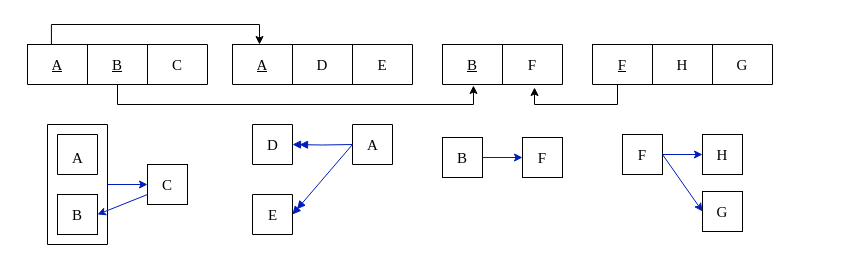
Above: 3NF.drawio in skipnicky/Carleton-Computer-Science (draw.io), before the change. Source tidied: cells renumbered, new cells numbered last; positions are measured from the earlier drawing's top-left corner, leaving out a move shared by most shapes. Both pictures are drawn from the tidied source at 100%, with x=0, y=0 at pixel (27, 44).
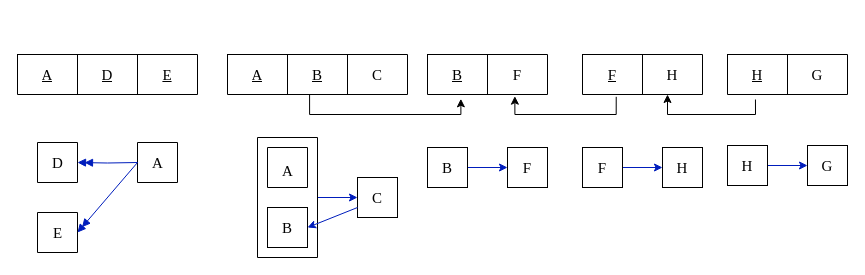
After the change.

The change refers to these unchanged cells:
```xml
<mxCell id="3" style="shape=tableRow;horizontal=0;startSize=0;swimlaneHead=0;swimlaneBody=0;strokeColor=inherit;top=0;left=0;bottom=0;right=0;fillColor=none;points=[[0,0.5],[1,0.5]];portConstraint=eastwest;fontFamily=Times New Roman;fontSize=15;" parent="2" vertex="1">
  <mxGeometry width="180" height="40" as="geometry" />
</mxCell>
<mxCell id="8" style="shape=tableRow;horizontal=0;startSize=0;swimlaneHead=0;swimlaneBody=0;strokeColor=inherit;top=0;left=0;bottom=0;right=0;fillColor=none;points=[[0,0.5],[1,0.5]];portConstraint=eastwest;fontFamily=Times New Roman;fontSize=15;" parent="7" vertex="1">
  <mxGeometry width="180" height="40" as="geometry" />
</mxCell>
<mxCell id="13" style="shape=tableRow;horizontal=0;startSize=0;swimlaneHead=0;swimlaneBody=0;strokeColor=inherit;top=0;left=0;bottom=0;right=0;fillColor=none;points=[[0,0.5],[1,0.5]];portConstraint=eastwest;fontFamily=Times New Roman;fontSize=15;" parent="12" vertex="1">
  <mxGeometry width="120" height="40" as="geometry" />
</mxCell>
```

Diff of the diagram source:
```diff
@@
     <mxCell id="2" style="shape=table;startSize=0;childLayout=tableLayout;fontFamily=Times New Roman;fontSize=15;" parent="1" vertex="1">
-      <mxGeometry width="180" height="40" as="geometry" />
+      <mxGeometry x="200" y="10" width="180" height="40" as="geometry" />
     </mxCell>
@@
     <mxCell id="7" style="shape=table;startSize=0;childLayout=tableLayout;fontFamily=Times New Roman;fontSize=15;" parent="1" vertex="1">
-      <mxGeometry x="205" width="180" height="40" as="geometry" />
+      <mxGeometry x="-10" y="10" width="180" height="40" as="geometry" />
     </mxCell>
@@
-    <mxCell id="10" value="D" style="shape=partialRectangle;html=1;whiteSpace=wrap;strokeColor=inherit;overflow=hidden;fillColor=none;top=0;left=0;bottom=0;right=0;fontFamily=Times New Roman;fontSize=15;" parent="8" vertex="1">
+    <mxCell id="10" value="&lt;u&gt;D&lt;/u&gt;" style="shape=partialRectangle;html=1;whiteSpace=wrap;strokeColor=inherit;overflow=hidden;fillColor=none;top=0;left=0;bottom=0;right=0;fontFamily=Times New Roman;fontSize=15;" parent="8" vertex="1">
       <mxGeometry x="60" width="60" height="40" as="geometry" />
     </mxCell>
-    <mxCell id="11" value="E" style="shape=partialRectangle;html=1;whiteSpace=wrap;strokeColor=inherit;overflow=hidden;fillColor=none;top=0;left=0;bottom=0;right=0;fontFamily=Times New Roman;fontSize=15;" parent="8" vertex="1">
+    <mxCell id="11" value="&lt;u&gt;E&lt;/u&gt;" style="shape=partialRectangle;html=1;whiteSpace=wrap;strokeColor=inherit;overflow=hidden;fillColor=none;top=0;left=0;bottom=0;right=0;fontFamily=Times New Roman;fontSize=15;" parent="8" vertex="1">
       <mxGeometry x="120" width="60" height="40" as="geometry" />
     </mxCell>
     <mxCell id="12" style="shape=table;startSize=0;childLayout=tableLayout;fontFamily=Times New Roman;fontSize=15;" parent="1" vertex="1">
-      <mxGeometry x="415" width="120" height="40" as="geometry" />
+      <mxGeometry x="400" y="10" width="120" height="40" as="geometry" />
     </mxCell>
@@
-    <mxCell id="16" style="shape=table;startSize=0;childLayout=tableLayout;fontFamily=Times New Roman;fontSize=15;" parent="1" vertex="1">
-      <mxGeometry x="565" width="180" height="40" as="geometry" />
-    </mxCell>
-    <mxCell id="17" style="shape=tableRow;horizontal=0;startSize=0;swimlaneHead=0;swimlaneBody=0;strokeColor=inherit;top=0;left=0;bottom=0;right=0;fillColor=none;fontFamily=Times New Roman;fontSize=15;" parent="16" vertex="1">
-      <mxGeometry width="180" height="40" as="geometry" />
-    </mxCell>
-    <mxCell id="18" value="&lt;u&gt;F&lt;/u&gt;" style="shape=partialRectangle;html=1;whiteSpace=wrap;strokeColor=inherit;overflow=hidden;fillColor=none;top=0;left=0;bottom=0;right=0;fontFamily=Times New Roman;fontSize=15;" parent="17" vertex="1">
-      <mxGeometry width="60" height="40" as="geometry" />
-    </mxCell>
-    <mxCell id="19" value="H" style="shape=partialRectangle;html=1;whiteSpace=wrap;strokeColor=inherit;overflow=hidden;fillColor=none;top=0;left=0;bottom=0;right=0;fontFamily=Times New Roman;fontSize=15;" parent="17" vertex="1">
-      <mxGeometry x="60" width="60" height="40" as="geometry" />
-    </mxCell>
-    <mxCell id="20" value="G" style="shape=partialRectangle;html=1;whiteSpace=wrap;strokeColor=inherit;overflow=hidden;fillColor=none;top=0;left=0;bottom=0;right=0;fontFamily=Times New Roman;fontSize=15;" parent="17" vertex="1">
-      <mxGeometry x="120" width="60" height="40" as="geometry" />
-    </mxCell>
-    <mxCell id="21" style="edgeStyle=orthogonalEdgeStyle;rounded=0;jettySize=auto;html=1;entryX=0.767;entryY=1.075;entryDx=0;entryDy=0;entryPerimeter=0;" parent="1" edge="1" target="13">
-      <mxGeometry relative="1" as="geometry">
-        <mxPoint x="600" y="40" as="sourcePoint" />
-        <Array as="points">
-          <mxPoint x="590" y="60" />
-          <mxPoint x="507" y="60" />
-        </Array>
-      </mxGeometry>
-    </mxCell>
     <mxCell id="22" style="swimlane;startSize=0;fontFamily=Times New Roman;" parent="1" vertex="1">
-      <mxGeometry x="30" y="90" width="40" height="40" as="geometry" />
+      <mxGeometry x="240" y="103" width="40" height="40" as="geometry" />
     </mxCell>
     <mxCell id="23" value="&lt;font style=&quot;font-size: 15px;&quot;&gt;A&lt;/font&gt;" style="text;html=1;align=center;verticalAlign=middle;strokeColor=none;fillColor=none;fontFamily=Times New Roman;" parent="1" vertex="1">
-      <mxGeometry x="35" y="98" width="30" height="30" as="geometry" />
+      <mxGeometry x="245" y="111" width="30" height="30" as="geometry" />
     </mxCell>
     <mxCell id="24" value="&lt;font style=&quot;font-size: 15px;&quot;&gt;B&lt;/font&gt;" style="whiteSpace=wrap;html=1;fontFamily=Times New Roman;" parent="1" vertex="1">
-      <mxGeometry x="30" y="150" width="40" height="40" as="geometry" />
+      <mxGeometry x="240" y="163" width="40" height="40" as="geometry" />
     </mxCell>
@@
     <mxCell id="26" style="swimlane;startSize=0;fontFamily=Times New Roman;" parent="1" vertex="1">
-      <mxGeometry x="20" y="80" width="60" height="120" as="geometry" />
+      <mxGeometry x="230" y="93" width="60" height="120" as="geometry" />
     </mxCell>
     <mxCell id="27" value="&lt;font style=&quot;font-size: 15px;&quot;&gt;C&lt;/font&gt;" style="whiteSpace=wrap;html=1;fontFamily=Times New Roman;" parent="1" vertex="1">
-      <mxGeometry x="120" y="120" width="40" height="40" as="geometry" />
+      <mxGeometry x="330" y="133" width="40" height="40" as="geometry" />
     </mxCell>
@@
     <mxCell id="29" style="swimlane;startSize=0;fontFamily=Times New Roman;" parent="1" vertex="1">
-      <mxGeometry x="325" y="80" width="40" height="40" as="geometry" />
+      <mxGeometry x="110" y="98" width="40" height="40" as="geometry" />
     </mxCell>
@@
     <mxCell id="31" style="swimlane;startSize=0;fontFamily=Times New Roman;" parent="1" vertex="1">
-      <mxGeometry x="225" y="80" width="40" height="40" as="geometry" />
+      <mxGeometry x="10" y="98" width="40" height="40" as="geometry" />
     </mxCell>
@@
     <mxCell id="33" style="swimlane;startSize=0;fontFamily=Times New Roman;" parent="1" vertex="1">
-      <mxGeometry x="225" y="150" width="40" height="40" as="geometry" />
+      <mxGeometry x="10" y="168" width="40" height="40" as="geometry" />
     </mxCell>
@@
     <mxCell id="35" style="edgeStyle=orthogonalEdgeStyle;rounded=0;jettySize=auto;html=1;entryX=1;entryY=0.5;entryDx=0;entryDy=0;endArrow=doubleBlock;endFill=1;fillColor=#0050ef;strokeColor=#001DBC;fontFamily=Times New Roman;" parent="1" edge="1" target="31">
       <mxGeometry relative="1" as="geometry">
-        <mxPoint x="325" y="100" as="sourcePoint" />
+        <mxPoint x="110" y="118" as="sourcePoint" />
       </mxGeometry>
     </mxCell>
     <mxCell id="36" style="endArrow=doubleBlock;html=1;rounded=0;entryX=1;entryY=0.5;entryDx=0;entryDy=0;endFill=1;fillColor=#0050ef;strokeColor=#001DBC;fontFamily=Times New Roman;" parent="1" edge="1" target="33">
       <mxGeometry relative="1" as="geometry">
-        <mxPoint x="325" y="100" as="sourcePoint" />
+        <mxPoint x="110" y="118" as="sourcePoint" />
       </mxGeometry>
     </mxCell>
     <mxCell id="37" value="&lt;font style=&quot;font-size: 15px;&quot;&gt;F&lt;/font&gt;" style="whiteSpace=wrap;html=1;fontFamily=Times New Roman;" parent="1" vertex="1">
-      <mxGeometry x="495" y="93" width="40" height="40" as="geometry" />
+      <mxGeometry x="480" y="103" width="40" height="40" as="geometry" />
     </mxCell>
@@
     <mxCell id="39" value="&lt;font style=&quot;font-size: 15px;&quot;&gt;B&lt;/font&gt;" style="whiteSpace=wrap;html=1;fontFamily=Times New Roman;" parent="1" vertex="1">
-      <mxGeometry x="415" y="93" width="40" height="40" as="geometry" />
+      <mxGeometry x="400" y="103" width="40" height="40" as="geometry" />
     </mxCell>
-    <mxCell id="40" value="&lt;font style=&quot;font-size: 15px;&quot;&gt;H&lt;/font&gt;" style="whiteSpace=wrap;html=1;fontFamily=Times New Roman;" parent="1" vertex="1">
-      <mxGeometry x="675" y="90" width="40" height="40" as="geometry" />
-    </mxCell>
-    <mxCell id="41" style="edgeStyle=orthogonalEdgeStyle;rounded=0;jettySize=auto;html=1;entryX=0;entryY=0.5;entryDx=0;entryDy=0;fillColor=#0050ef;strokeColor=#001DBC;" parent="1" edge="1" source="42" target="40">
-      <mxGeometry relative="1" as="geometry" />
-    </mxCell>
+    <mxCell id="47" style="shape=table;startSize=0;childLayout=tableLayout;fontFamily=Times New Roman;fontSize=15;" parent="1" vertex="1">
+      <mxGeometry x="555" y="10" width="120" height="40" as="geometry" />
+    </mxCell>
+    <mxCell id="48" style="shape=tableRow;horizontal=0;startSize=0;swimlaneHead=0;swimlaneBody=0;strokeColor=inherit;top=0;left=0;bottom=0;right=0;fillColor=none;points=[[0,0.5],[1,0.5]];portConstraint=eastwest;fontFamily=Times New Roman;fontSize=15;" parent="47" vertex="1">
+      <mxGeometry width="120" height="40" as="geometry" />
+    </mxCell>
+    <mxCell id="18" value="&lt;u&gt;F&lt;/u&gt;" style="shape=partialRectangle;html=1;whiteSpace=wrap;strokeColor=inherit;overflow=hidden;fillColor=none;top=0;left=0;bottom=0;right=0;fontFamily=Times New Roman;fontSize=15;" parent="48" vertex="1">
+      <mxGeometry width="60" height="40" as="geometry" />
+    </mxCell>
+    <mxCell id="19" value="H" style="shape=partialRectangle;html=1;whiteSpace=wrap;strokeColor=inherit;overflow=hidden;fillColor=none;top=0;left=0;bottom=0;right=0;fontFamily=Times New Roman;fontSize=15;" parent="48" vertex="1">
+      <mxGeometry x="60" width="60" height="40" as="geometry" />
+    </mxCell>
+    <mxCell id="49" style="shape=table;startSize=0;childLayout=tableLayout;fontFamily=Times New Roman;fontSize=15;" parent="1" vertex="1">
+      <mxGeometry x="700" y="10" width="120" height="40" as="geometry" />
+    </mxCell>
+    <mxCell id="50" style="shape=tableRow;horizontal=0;startSize=0;swimlaneHead=0;swimlaneBody=0;strokeColor=inherit;top=0;left=0;bottom=0;right=0;fillColor=none;points=[[0,0.5],[1,0.5]];portConstraint=eastwest;fontFamily=Times New Roman;fontSize=15;" parent="49" vertex="1">
+      <mxGeometry width="120" height="40" as="geometry" />
+    </mxCell>
+    <mxCell id="51" value="&lt;u&gt;H&lt;/u&gt;" style="shape=partialRectangle;html=1;whiteSpace=wrap;strokeColor=inherit;overflow=hidden;fillColor=none;top=0;left=0;bottom=0;right=0;fontFamily=Times New Roman;fontSize=15;" parent="50" vertex="1">
+      <mxGeometry width="60" height="40" as="geometry" />
+    </mxCell>
+    <mxCell id="20" value="G" style="shape=partialRectangle;html=1;whiteSpace=wrap;strokeColor=inherit;overflow=hidden;fillColor=none;top=0;left=0;bottom=0;right=0;fontFamily=Times New Roman;fontSize=15;" parent="50" vertex="1">
+      <mxGeometry x="60" width="60" height="40" as="geometry" />
+    </mxCell>
+    <mxCell id="52" value="&lt;font style=&quot;font-size: 15px;&quot;&gt;H&lt;/font&gt;" style="whiteSpace=wrap;html=1;fontFamily=Times New Roman;" parent="1" vertex="1">
+      <mxGeometry x="635" y="103" width="40" height="40" as="geometry" />
+    </mxCell>
+    <mxCell id="53" style="edgeStyle=orthogonalEdgeStyle;rounded=0;jettySize=auto;html=1;entryX=0;entryY=0.5;entryDx=0;entryDy=0;fillColor=#0050ef;strokeColor=#001DBC;" parent="1" edge="1" source="42" target="52">
+      <mxGeometry relative="1" as="geometry" />
+    </mxCell>
     <mxCell id="42" value="&lt;font style=&quot;font-size: 15px;&quot;&gt;F&lt;/font&gt;" style="whiteSpace=wrap;html=1;fontFamily=Times New Roman;" parent="1" vertex="1">
-      <mxGeometry x="595" y="90" width="40" height="40" as="geometry" />
+      <mxGeometry x="555" y="103" width="40" height="40" as="geometry" />
     </mxCell>
     <mxCell id="43" value="&lt;font style=&quot;font-size: 15px;&quot;&gt;G&lt;/font&gt;" style="whiteSpace=wrap;html=1;fontFamily=Times New Roman;" parent="1" vertex="1">
-      <mxGeometry x="675" y="147" width="40" height="40" as="geometry" />
+      <mxGeometry x="780" y="101" width="40" height="40" as="geometry" />
     </mxCell>
-    <mxCell id="44" style="edgeStyle=orthogonalEdgeStyle;rounded=0;jettySize=auto;html=1;entryX=0.15;entryY=0;entryDx=0;entryDy=0;entryPerimeter=0;exitX=0.133;exitY=0;exitDx=0;exitDy=0;exitPerimeter=0;" parent="1" edge="1" source="3" target="8">
-      <mxGeometry relative="1" as="geometry" />
-    </mxCell>
+    <mxCell id="54" style="edgeStyle=orthogonalEdgeStyle;rounded=0;jettySize=auto;html=1;entryX=0;entryY=0.5;entryDx=0;entryDy=0;fillColor=#0050ef;strokeColor=#001DBC;" parent="1" edge="1" source="55" target="43">
+      <mxGeometry relative="1" as="geometry" />
+    </mxCell>
+    <mxCell id="55" value="&lt;font style=&quot;font-size: 15px;&quot;&gt;H&lt;/font&gt;" style="whiteSpace=wrap;html=1;fontFamily=Times New Roman;" parent="1" vertex="1">
+      <mxGeometry x="700" y="101" width="40" height="40" as="geometry" />
+    </mxCell>
+    <mxCell id="56" style="edgeStyle=orthogonalEdgeStyle;rounded=0;jettySize=auto;html=1;exitX=0.233;exitY=1.125;exitDx=0;exitDy=0;exitPerimeter=0;" parent="1" edge="1" source="50">
+      <mxGeometry relative="1" as="geometry">
+        <mxPoint x="640" y="50" as="targetPoint" />
+        <Array as="points">
+          <mxPoint x="728" y="70" />
+          <mxPoint x="640" y="70" />
+          <mxPoint x="640" y="50" />
+        </Array>
+      </mxGeometry>
+    </mxCell>
+    <mxCell id="57" style="edgeStyle=orthogonalEdgeStyle;rounded=0;jettySize=auto;html=1;entryX=0.728;entryY=1.042;entryDx=0;entryDy=0;entryPerimeter=0;exitX=0.281;exitY=1.058;exitDx=0;exitDy=0;exitPerimeter=0;" parent="1" edge="1" source="48" target="13">
+      <mxGeometry relative="1" as="geometry">
+        <Array as="points">
+          <mxPoint x="589" y="70" />
+          <mxPoint x="487" y="70" />
+        </Array>
+      </mxGeometry>
+    </mxCell>
-    <mxCell id="45" style="edgeStyle=orthogonalEdgeStyle;rounded=0;jettySize=auto;html=1;entryX=0.258;entryY=1.025;entryDx=0;entryDy=0;entryPerimeter=0;" parent="1" edge="1" source="3" target="13">
+    <mxCell id="45" style="edgeStyle=orthogonalEdgeStyle;rounded=0;jettySize=auto;html=1;entryX=0.278;entryY=1.108;entryDx=0;entryDy=0;entryPerimeter=0;exitX=0.456;exitY=1.008;exitDx=0;exitDy=0;exitPerimeter=0;" parent="1" edge="1" source="3" target="13">
       <mxGeometry relative="1" as="geometry">
         <Array as="points">
-          <mxPoint x="90" y="60" />
-          <mxPoint x="446" y="60" />
+          <mxPoint x="282" y="70" />
+          <mxPoint x="433" y="70" />
         </Array>
       </mxGeometry>
     </mxCell>
-    <mxCell id="46" style="endArrow=classic;html=1;rounded=0;exitX=1;exitY=0.5;exitDx=0;exitDy=0;entryX=0;entryY=0.5;entryDx=0;entryDy=0;fillColor=#0050ef;strokeColor=#001DBC;fontFamily=Times New Roman;" parent="1" edge="1" source="42" target="43">
-      <mxGeometry relative="1" as="geometry" />
-    </mxCell>
```
